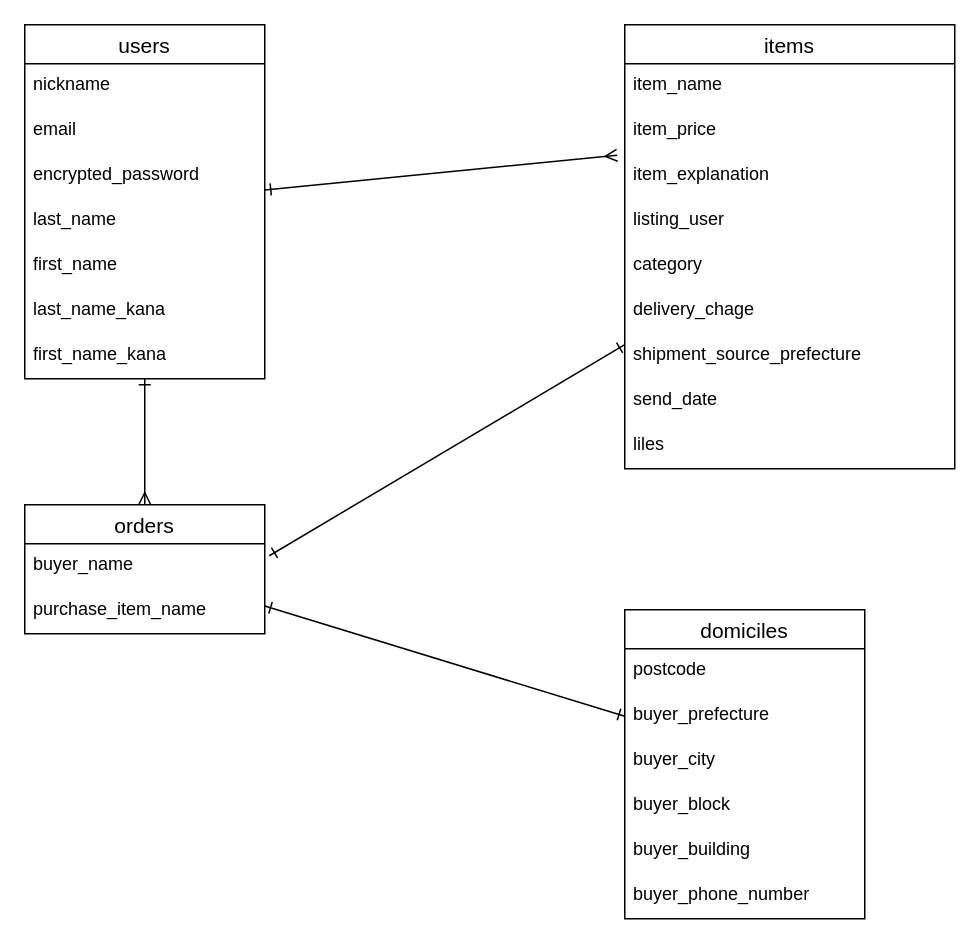
Yukkiyss/furima-38005 keeps this draw.io diagram as furima.dio. Above is the earlier version. Source tidied: cells renumbered, new cells numbered last; positions are measured from the earlier drawing's top-left corner, leaving out a move shared by most shapes. Both pictures are drawn from the tidied source at 150%, with x=0, y=0 at pixel (24, 24).
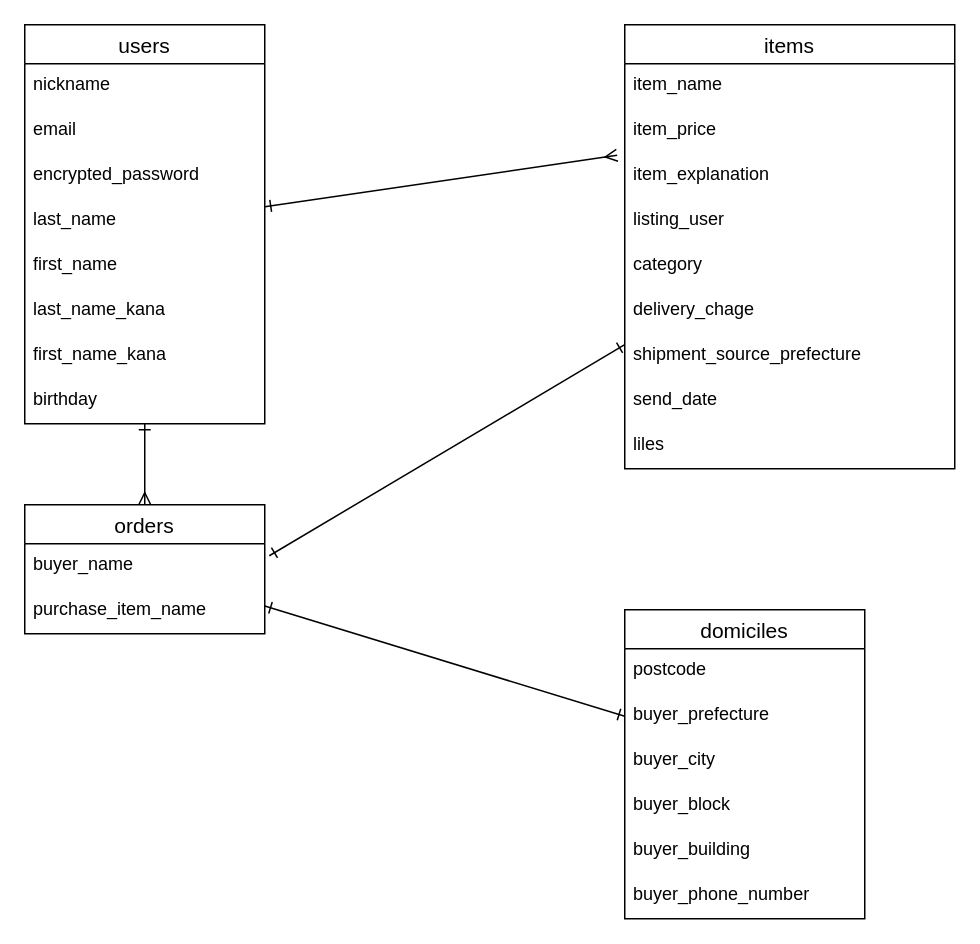
Above is the later version.

Commit message (it also covers changes not shown here):
usersテーブルカラム追加

Diff of the diagram source:
```diff
@@
     <mxCell id="4" value="users" style="swimlane;fontStyle=0;horizontal=1;startSize=26;align=center;fontSize=14;" parent="1" vertex="1">
-      <mxGeometry width="160" height="236" as="geometry" />
+      <mxGeometry width="160" height="266" as="geometry" />
     </mxCell>
@@
+    <mxCell id="34" value="birthday" style="text;strokeColor=none;fillColor=none;spacingLeft=4;spacingRight=4;overflow=hidden;fontSize=12;" parent="4" vertex="1">
+      <mxGeometry y="236" width="160" height="30" as="geometry" />
+    </mxCell>
```
